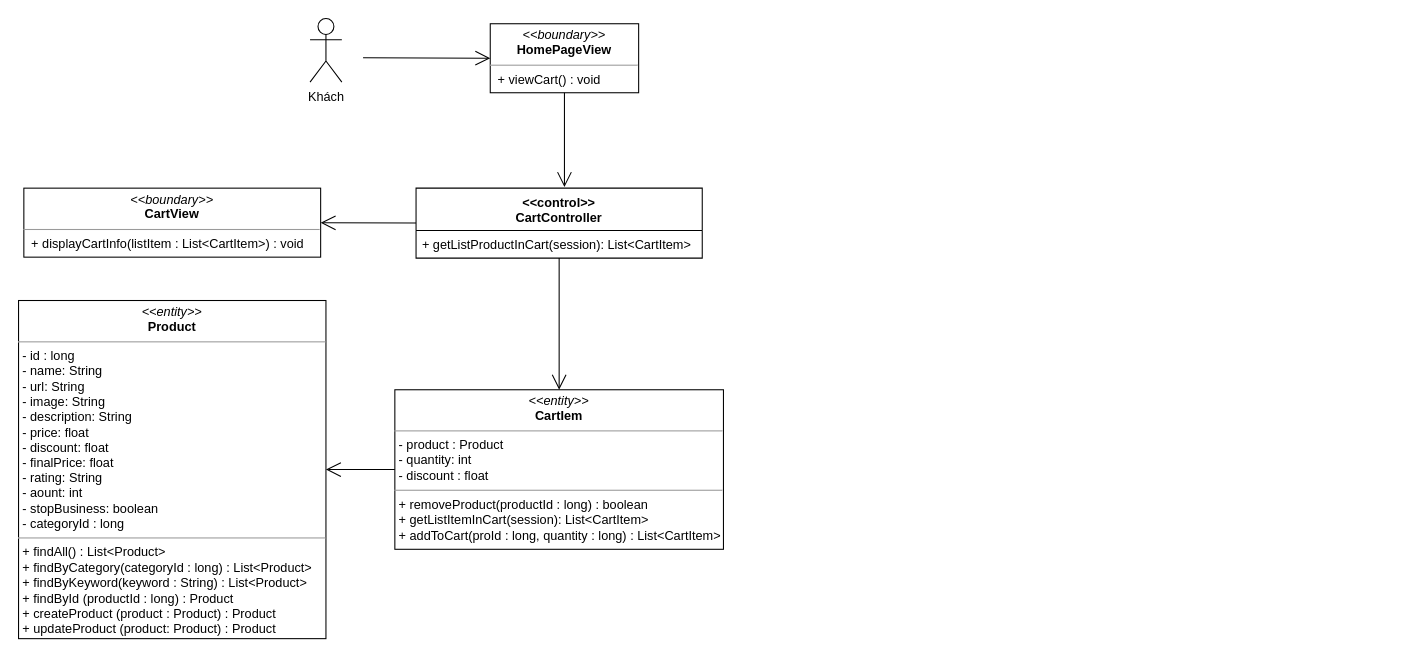
Before: class diagram/view-cart-class-diagram.drawio in nguyenphamvan/datn_20202, a draw.io diagram. Source tidied: cells renumbered, new cells numbered last; positions are measured from the earlier drawing's top-left corner, leaving out a move shared by most shapes. Both pictures are drawn from the tidied source at 106%, with x=0, y=0 at pixel (18, 18).
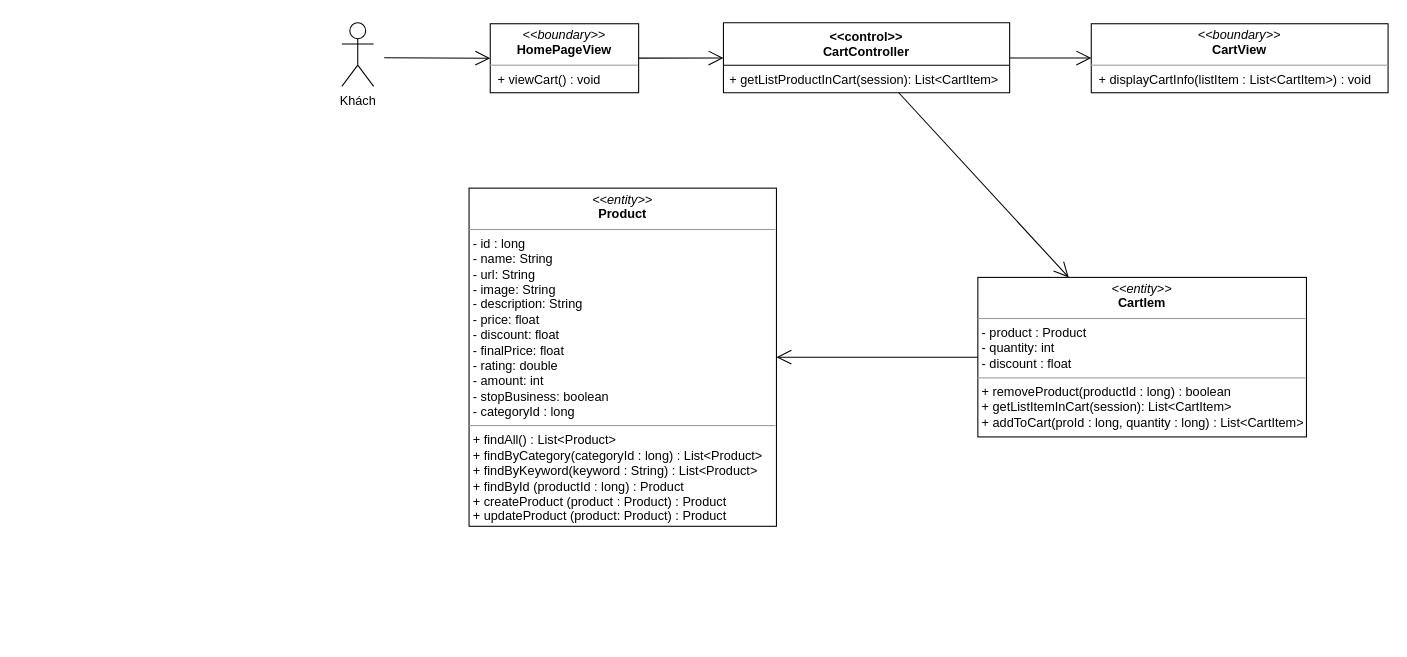
The same diagram, later.

What changed in the source:
```diff
@@
 <mxGraphModel>
   <root>
     <mxCell id="0" />
     <mxCell id="1" parent="0" />
     <mxCell id="2" value="&lt;p style=&quot;margin: 0px ; margin-top: 4px ; text-align: center&quot;&gt;&lt;i&gt;&amp;lt;&amp;lt;boundary&amp;gt;&amp;gt;&lt;/i&gt;&lt;br&gt;&lt;b&gt;CartView&lt;/b&gt;&lt;/p&gt;&lt;hr size=&quot;1&quot;&gt;&lt;p style=&quot;margin: 0px ; margin-left: 4px&quot;&gt;&lt;span&gt;&amp;nbsp;+ displayCartInfo(listItem : List&amp;lt;CartItem&amp;gt;) : void&lt;br&gt;&lt;/span&gt;&lt;/p&gt;" style="verticalAlign=top;align=left;overflow=fill;fontSize=12;fontFamily=Helvetica;html=1;" parent="1" vertex="1">
-      <mxGeometry x="5" y="160" width="280" height="65.1" as="geometry" />
+      <mxGeometry x="1012" y="4.9" width="280" height="65.1" as="geometry" />
     </mxCell>
     <mxCell id="3" value="&lt;p style=&quot;margin: 0px ; margin-top: 4px ; text-align: center&quot;&gt;&lt;i&gt;&amp;lt;&amp;lt;entity&amp;gt;&amp;gt;&lt;/i&gt;&lt;br&gt;&lt;b&gt;CartIem&lt;/b&gt;&lt;/p&gt;&lt;hr size=&quot;1&quot;&gt;&lt;p style=&quot;margin: 0px ; margin-left: 4px&quot;&gt;- product : Product&lt;/p&gt;&lt;p style=&quot;margin: 0px ; margin-left: 4px&quot;&gt;- quantity: int&lt;br&gt;- discount : float&lt;/p&gt;&lt;hr size=&quot;1&quot;&gt;&lt;p style=&quot;margin: 0px 0px 0px 4px&quot;&gt;+ removeProduct(productId : long) : boolean&lt;/p&gt;&lt;p style=&quot;margin: 0px 0px 0px 4px&quot;&gt;+ getListItemInCart(session): List&amp;lt;CartItem&amp;gt;&lt;/p&gt;&lt;p style=&quot;margin: 0px 0px 0px 4px&quot;&gt;+ addToCart(proId : long, quantity : long) : List&amp;lt;CartItem&amp;gt;&lt;/p&gt;" style="verticalAlign=top;align=left;overflow=fill;fontSize=12;fontFamily=Helvetica;html=1;" parent="1" vertex="1">
-      <mxGeometry x="355" y="350.2" width="310" height="150.5" as="geometry" />
+      <mxGeometry x="905" y="244.2" width="310" height="150.5" as="geometry" />
     </mxCell>
     <mxCell id="4" value="&lt;&lt;control&gt;&gt;&#10;CartController" style="swimlane;fontStyle=1;align=center;verticalAlign=top;horizontal=1;startSize=40;" parent="1" vertex="1">
-      <mxGeometry x="375" y="160" width="270" height="66" as="geometry" />
+      <mxGeometry x="665" y="4" width="270" height="66" as="geometry" />
     </mxCell>
     <mxCell id="5" value="+ getListProductInCart(session): List&lt;CartItem&gt;" style="text;strokeColor=none;fillColor=none;align=left;verticalAlign=top;spacingLeft=4;spacingRight=4;overflow=hidden;" parent="4" vertex="1">
       <mxGeometry y="40" width="270" height="26" as="geometry" />
     </mxCell>
     <mxCell id="6" style="endArrow=open;endFill=1;endSize=12;html=1;" parent="1" edge="1" source="4" target="3">
       <mxGeometry relative="1" as="geometry" />
     </mxCell>
     <mxCell id="7" value="&lt;p style=&quot;margin: 0px ; margin-top: 4px ; text-align: center&quot;&gt;&lt;i&gt;&amp;lt;&amp;lt;boundary&amp;gt;&amp;gt;&lt;/i&gt;&lt;br&gt;&lt;b&gt;HomePageView&lt;/b&gt;&lt;/p&gt;&lt;hr size=&quot;1&quot;&gt;&lt;p style=&quot;margin: 0px ; margin-left: 4px&quot;&gt;&lt;span&gt;&amp;nbsp;+ viewCart() : void&lt;br&gt;&lt;/span&gt;&lt;/p&gt;" style="verticalAlign=top;align=left;overflow=fill;fontSize=12;fontFamily=Helvetica;html=1;" parent="1" vertex="1">
       <mxGeometry x="445" y="4.9" width="140" height="65.1" as="geometry" />
     </mxCell>
-    <mxCell id="8" style="endArrow=open;endFill=1;endSize=12;html=1;" parent="1" edge="1" source="7">
-      <mxGeometry relative="1" as="geometry">
-        <mxPoint x="515" y="159" as="targetPoint" />
-      </mxGeometry>
+    <mxCell id="8" style="endArrow=open;endFill=1;endSize=12;html=1;" parent="1" edge="1" source="7" target="4">
+      <mxGeometry relative="1" as="geometry" />
     </mxCell>
     <mxCell id="9" style="endArrow=open;endFill=1;endSize=12;html=1;" parent="1" edge="1" source="4" target="2">
       <mxGeometry relative="1" as="geometry" />
     </mxCell>
-    <mxCell id="10" value="&lt;p style=&quot;margin: 0px ; margin-top: 4px ; text-align: center&quot;&gt;&lt;i&gt;&amp;lt;&amp;lt;entity&amp;gt;&amp;gt;&lt;/i&gt;&lt;br&gt;&lt;b&gt;Product&lt;/b&gt;&lt;/p&gt;&lt;hr size=&quot;1&quot;&gt;&lt;p style=&quot;margin: 0px ; margin-left: 4px&quot;&gt;- id : long&lt;/p&gt;&lt;p style=&quot;margin: 0px ; margin-left: 4px&quot;&gt;- name: String&lt;br&gt;- url: String&lt;/p&gt;&lt;p style=&quot;margin: 0px ; margin-left: 4px&quot;&gt;- image: String&lt;/p&gt;&lt;p style=&quot;margin: 0px ; margin-left: 4px&quot;&gt;- description: String&lt;/p&gt;&lt;p style=&quot;margin: 0px ; margin-left: 4px&quot;&gt;- price: float&lt;/p&gt;&lt;p style=&quot;margin: 0px ; margin-left: 4px&quot;&gt;- discount: float&lt;/p&gt;&lt;p style=&quot;margin: 0px ; margin-left: 4px&quot;&gt;- finalPrice: float&lt;/p&gt;&lt;p style=&quot;margin: 0px ; margin-left: 4px&quot;&gt;- rating: String&lt;/p&gt;&lt;p style=&quot;margin: 0px ; margin-left: 4px&quot;&gt;- aount: int&lt;/p&gt;&lt;p style=&quot;margin: 0px ; margin-left: 4px&quot;&gt;- stopBusiness: boolean&lt;/p&gt;&lt;p style=&quot;margin: 0px ; margin-left: 4px&quot;&gt;- categoryId : long&lt;/p&gt;&lt;hr size=&quot;1&quot;&gt;&lt;p style=&quot;margin: 0px 0px 0px 4px&quot;&gt;+ findAll() : List&amp;lt;Product&amp;gt;&lt;/p&gt;&lt;p style=&quot;margin: 0px 0px 0px 4px&quot;&gt;+ findByCategory(categoryId : long) : List&amp;lt;Product&amp;gt;&lt;/p&gt;&lt;p style=&quot;margin: 0px 0px 0px 4px&quot;&gt;+ findByKeyword(keyword : String) : List&amp;lt;Product&amp;gt;&lt;/p&gt;&lt;p style=&quot;margin: 0px 0px 0px 4px&quot;&gt;+ findById (productId : long) : Product&lt;/p&gt;&lt;p style=&quot;margin: 0px 0px 0px 4px&quot;&gt;+ createProduct (product : Product) : Product&lt;/p&gt;&lt;p style=&quot;margin: 0px 0px 0px 4px&quot;&gt;+ updateProduct (product: Product) : Product&lt;/p&gt;" style="verticalAlign=top;align=left;overflow=fill;fontSize=12;fontFamily=Helvetica;html=1;" parent="1" vertex="1">
-      <mxGeometry y="266" width="290" height="319" as="geometry" />
+    <mxCell id="10" value="&lt;p style=&quot;margin: 0px ; margin-top: 4px ; text-align: center&quot;&gt;&lt;i&gt;&amp;lt;&amp;lt;entity&amp;gt;&amp;gt;&lt;/i&gt;&lt;br&gt;&lt;b&gt;Product&lt;/b&gt;&lt;/p&gt;&lt;hr size=&quot;1&quot;&gt;&lt;p style=&quot;margin: 0px ; margin-left: 4px&quot;&gt;- id : long&lt;/p&gt;&lt;p style=&quot;margin: 0px ; margin-left: 4px&quot;&gt;- name: String&lt;br&gt;- url: String&lt;/p&gt;&lt;p style=&quot;margin: 0px ; margin-left: 4px&quot;&gt;- image: String&lt;/p&gt;&lt;p style=&quot;margin: 0px ; margin-left: 4px&quot;&gt;- description: String&lt;/p&gt;&lt;p style=&quot;margin: 0px ; margin-left: 4px&quot;&gt;- price: float&lt;/p&gt;&lt;p style=&quot;margin: 0px ; margin-left: 4px&quot;&gt;- discount: float&lt;/p&gt;&lt;p style=&quot;margin: 0px ; margin-left: 4px&quot;&gt;- finalPrice: float&lt;/p&gt;&lt;p style=&quot;margin: 0px ; margin-left: 4px&quot;&gt;- rating: double&lt;/p&gt;&lt;p style=&quot;margin: 0px ; margin-left: 4px&quot;&gt;- amount: int&lt;/p&gt;&lt;p style=&quot;margin: 0px ; margin-left: 4px&quot;&gt;- stopBusiness: boolean&lt;/p&gt;&lt;p style=&quot;margin: 0px ; margin-left: 4px&quot;&gt;- categoryId : long&lt;/p&gt;&lt;hr size=&quot;1&quot;&gt;&lt;p style=&quot;margin: 0px 0px 0px 4px&quot;&gt;+ findAll() : List&amp;lt;Product&amp;gt;&lt;/p&gt;&lt;p style=&quot;margin: 0px 0px 0px 4px&quot;&gt;+ findByCategory(categoryId : long) : List&amp;lt;Product&amp;gt;&lt;/p&gt;&lt;p style=&quot;margin: 0px 0px 0px 4px&quot;&gt;+ findByKeyword(keyword : String) : List&amp;lt;Product&amp;gt;&lt;/p&gt;&lt;p style=&quot;margin: 0px 0px 0px 4px&quot;&gt;+ findById (productId : long) : Product&lt;/p&gt;&lt;p style=&quot;margin: 0px 0px 0px 4px&quot;&gt;+ createProduct (product : Product) : Product&lt;/p&gt;&lt;p style=&quot;margin: 0px 0px 0px 4px&quot;&gt;+ updateProduct (product: Product) : Product&lt;/p&gt;" style="verticalAlign=top;align=left;overflow=fill;fontSize=12;fontFamily=Helvetica;html=1;" parent="1" vertex="1">
+      <mxGeometry x="425" y="160" width="290" height="319" as="geometry" />
     </mxCell>
     <mxCell id="11" style="endArrow=open;endFill=1;endSize=12;html=1;" parent="1" edge="1" source="3" target="10">
       <mxGeometry relative="1" as="geometry" />
     </mxCell>
     <mxCell id="12" value="Khách" style="shape=umlActor;verticalLabelPosition=bottom;verticalAlign=top;html=1;" parent="1" vertex="1">
-      <mxGeometry x="275" width="30" height="60" as="geometry" />
+      <mxGeometry x="305" y="4" width="30" height="60" as="geometry" />
     </mxCell>
     <mxCell id="13" style="endArrow=open;endFill=1;endSize=12;html=1;entryX=0;entryY=0.5;entryDx=0;entryDy=0;" parent="1" edge="1" target="7">
       <mxGeometry relative="1" as="geometry">
-        <mxPoint x="325" y="37" as="sourcePoint" />
+        <mxPoint x="345" y="37" as="sourcePoint" />
       </mxGeometry>
     </mxCell>
   </root>
 </mxGraphModel>
```
